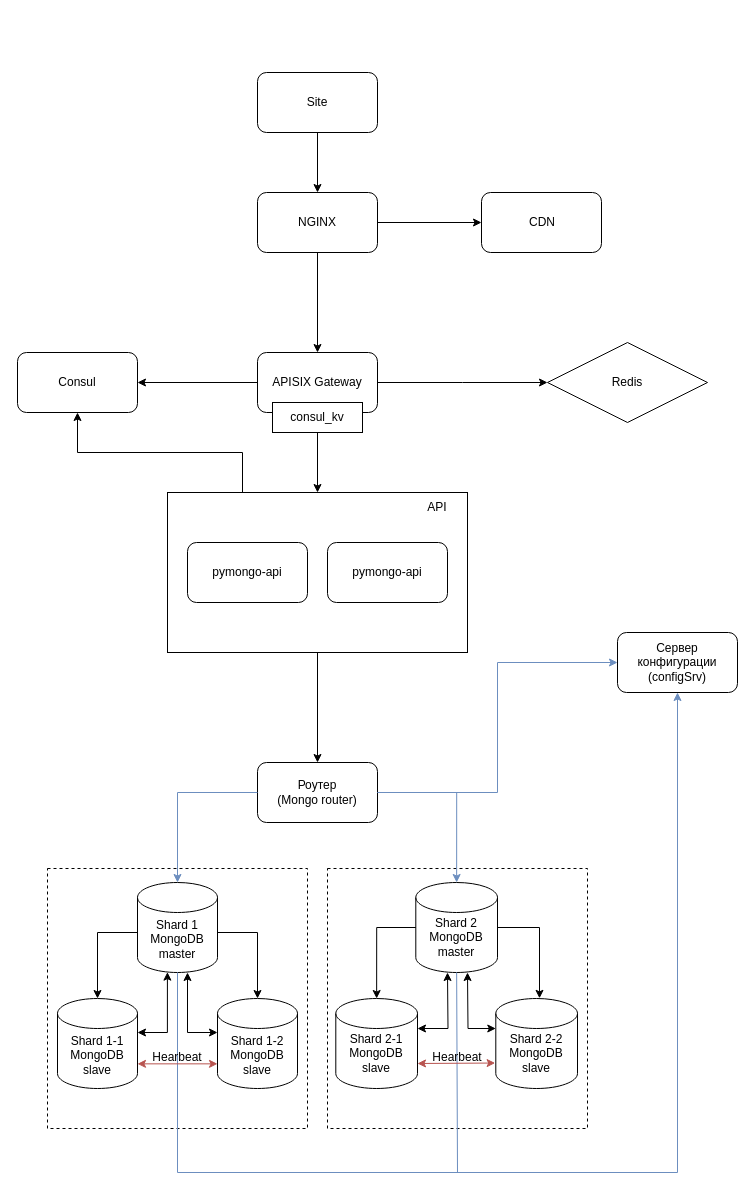
Earlier version of the draw.io diagram page "CDN" (6 of 6) of sprint2.drawio (Ivan-Kozhushko/architecture-sprint-2). Source tidied: cells renumbered, new cells numbered last; positions are measured from the earlier drawing's top-left corner, leaving out a move shared by most shapes. Both pictures are drawn from the tidied source at 100%, with x=0, y=0 at pixel (17, 72).
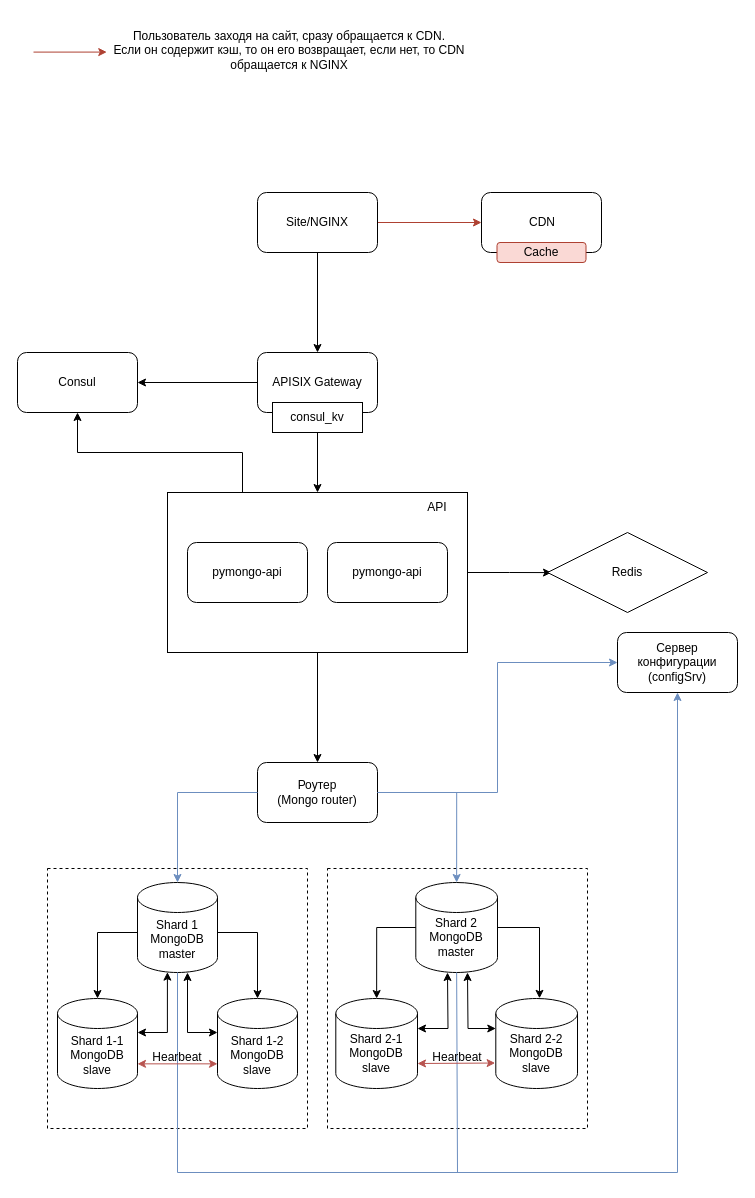
The same diagram, later.

The change refers to these unchanged cells:
```xml
<mxCell id="4" style="rounded=0;whiteSpace=wrap;html=1;" parent="1" vertex="1">
  <mxGeometry x="150" y="420" width="300" height="160" as="geometry" />
</mxCell>
<mxCell id="56" style="rounded=1;whiteSpace=wrap;html=1;" parent="1" vertex="1">
  <mxGeometry x="240" y="280" width="120" height="60" as="geometry" />
</mxCell>
<mxCell id="59" style="rounded=1;whiteSpace=wrap;html=1;" parent="1" vertex="1">
  <mxGeometry x="240" y="120" width="120" height="60" as="geometry" />
</mxCell>
<mxCell id="70" style="rounded=1;whiteSpace=wrap;html=1;" parent="1" vertex="1">
  <mxGeometry x="464" y="120" width="120" height="60" as="geometry" />
</mxCell>
```

What changed in the source:
```diff
@@
+    <mxCell id="72" style="edgeStyle=orthogonalEdgeStyle;rounded=0;jettySize=auto;html=1;exitX=1;exitY=0.5;exitDx=0;exitDy=0;" parent="1" edge="1" source="4">
+      <mxGeometry relative="1" as="geometry">
+        <mxPoint x="534" y="500.1" as="targetPoint" />
+      </mxGeometry>
+    </mxCell>
@@
     <mxCell id="49" style="group;" parent="1" vertex="1">
-      <mxGeometry x="530" y="270" width="160" height="80" as="geometry" />
+      <mxGeometry x="530" y="460" width="160" height="80" as="geometry" />
     </mxCell>
@@
-    <mxCell id="54" style="edgeStyle=orthogonalEdgeStyle;rounded=0;jettySize=auto;html=1;" parent="1" edge="1" source="56">
-      <mxGeometry relative="1" as="geometry">
-        <mxPoint x="530" y="310" as="targetPoint" />
-      </mxGeometry>
-    </mxCell>
@@
-    <mxCell id="58" style="edgeStyle=orthogonalEdgeStyle;rounded=0;jettySize=auto;html=1;entryX=0;entryY=0.5;entryDx=0;entryDy=0;" parent="1" edge="1" source="59" target="70">
+    <mxCell id="58" style="edgeStyle=orthogonalEdgeStyle;rounded=0;jettySize=auto;html=1;entryX=0;entryY=0.5;entryDx=0;entryDy=0;fillColor=#fad9d5;strokeColor=#ae4132;" parent="1" edge="1" source="59" target="70">
       <mxGeometry relative="1" as="geometry" />
     </mxCell>
@@
-    <mxCell id="63" value="NGINX" style="text;html=1;align=center;verticalAlign=middle;whiteSpace=wrap;rounded=0;" parent="1" vertex="1">
+    <mxCell id="63" value="Site/&lt;span style=&quot;background-color: initial;&quot;&gt;NGINX&lt;/span&gt;" style="text;html=1;align=center;verticalAlign=middle;whiteSpace=wrap;rounded=0;" parent="1" vertex="1">
       <mxGeometry x="270" y="135" width="60" height="30" as="geometry" />
     </mxCell>
@@
-    <mxCell id="67" style="edgeStyle=orthogonalEdgeStyle;rounded=0;jettySize=auto;html=1;entryX=0.5;entryY=0;entryDx=0;entryDy=0;" parent="1" edge="1" source="68" target="59">
-      <mxGeometry relative="1" as="geometry" />
-    </mxCell>
-    <mxCell id="68" style="rounded=1;whiteSpace=wrap;html=1;" parent="1" vertex="1">
-      <mxGeometry x="240" width="120" height="60" as="geometry" />
-    </mxCell>
-    <mxCell id="69" value="Site" style="text;html=1;align=center;verticalAlign=middle;whiteSpace=wrap;rounded=0;" parent="1" vertex="1">
-      <mxGeometry x="270" y="15" width="60" height="30" as="geometry" />
-    </mxCell>
@@
+    <mxCell id="73" style="rounded=1;whiteSpace=wrap;html=1;fillColor=#fad9d5;strokeColor=#ae4132;" parent="1" vertex="1">
+      <mxGeometry x="479.5" y="170" width="89" height="20" as="geometry" />
+    </mxCell>
+    <mxCell id="74" value="Cache" style="text;html=1;align=center;verticalAlign=middle;whiteSpace=wrap;rounded=0;" parent="1" vertex="1">
+      <mxGeometry x="494" y="165" width="60" height="30" as="geometry" />
+    </mxCell>
+    <mxCell id="75" style="edgeStyle=orthogonalEdgeStyle;rounded=0;jettySize=auto;html=1;fillColor=#fad9d5;strokeColor=#ae4132;entryX=-0.002;entryY=0.532;entryDx=0;entryDy=0;entryPerimeter=0;" parent="1" edge="1" target="76">
+      <mxGeometry relative="1" as="geometry">
+        <mxPoint x="16" y="-20" as="sourcePoint" />
+        <Array as="points">
+          <mxPoint x="89" y="-20" />
+        </Array>
+      </mxGeometry>
+    </mxCell>
+    <mxCell id="76" value="Пользователь заходя на сайт, сразу обращается к CDN.&lt;div&gt;Если он содержит кэш, то он его возвращает, если нет, то CDN обращается к NGINX&lt;/div&gt;" style="text;html=1;align=center;verticalAlign=middle;whiteSpace=wrap;rounded=0;" parent="1" vertex="1">
+      <mxGeometry x="90" y="-55" width="364" height="65" as="geometry" />
+    </mxCell>
```
